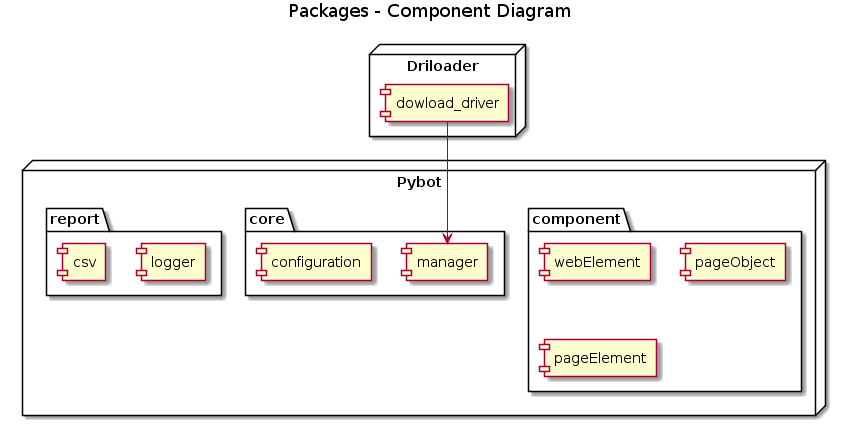
The PlantUML diagram 04-figuras/model.png in viegas/pybot_latex, before a commit.
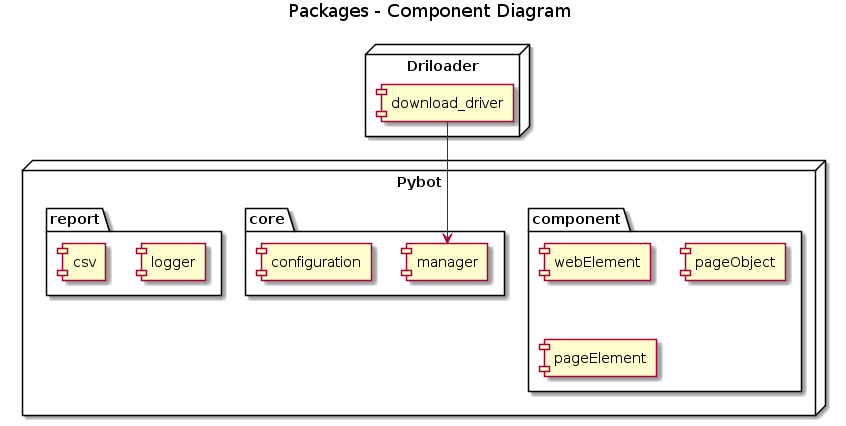
After the commit.

The edit, as a diff of the source:
```diff
@@ -2,7 +2,7 @@
 title Packages - Component Diagram
 
 node "Driloader" {
-    [dowload_driver] as d
+    [download_driver] as d
 }
 
 
```
